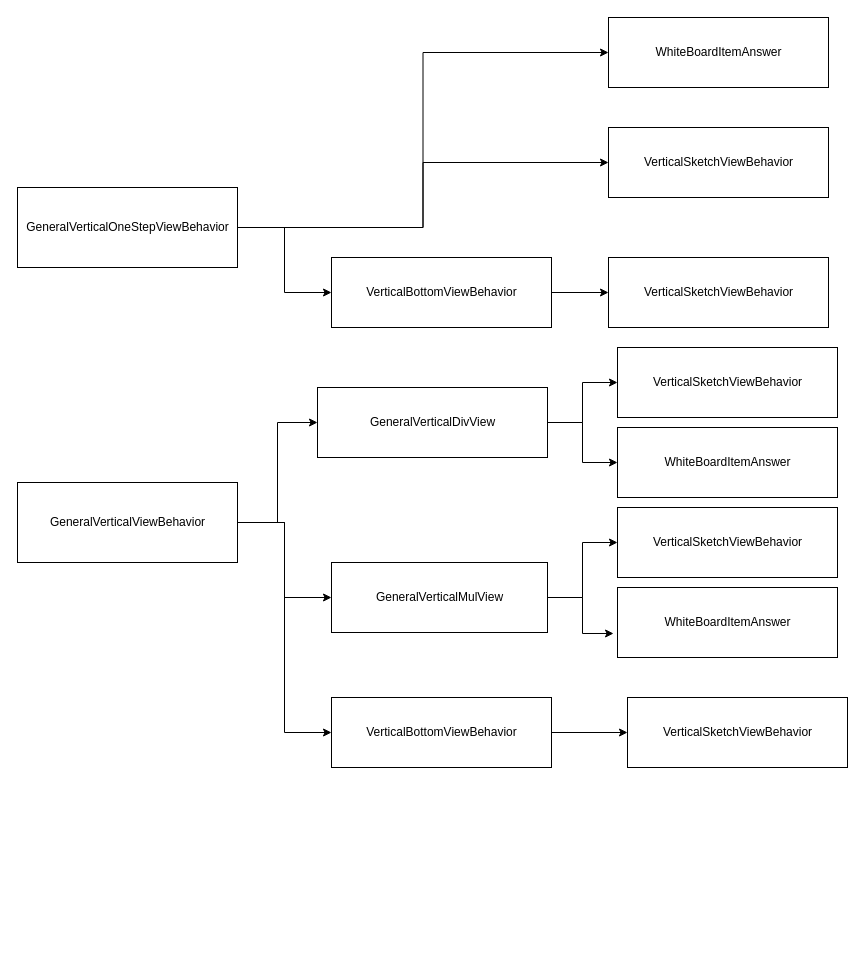
Above: culture_note/未命名绘图.drawio in LukassLi/sealion (draw.io), before the change. Source tidied: cells renumbered, new cells numbered last; positions are measured from the earlier drawing's top-left corner, leaving out a move shared by most shapes. Both pictures are drawn from the tidied source at 100%, with x=0, y=0 at pixel (17, 17).
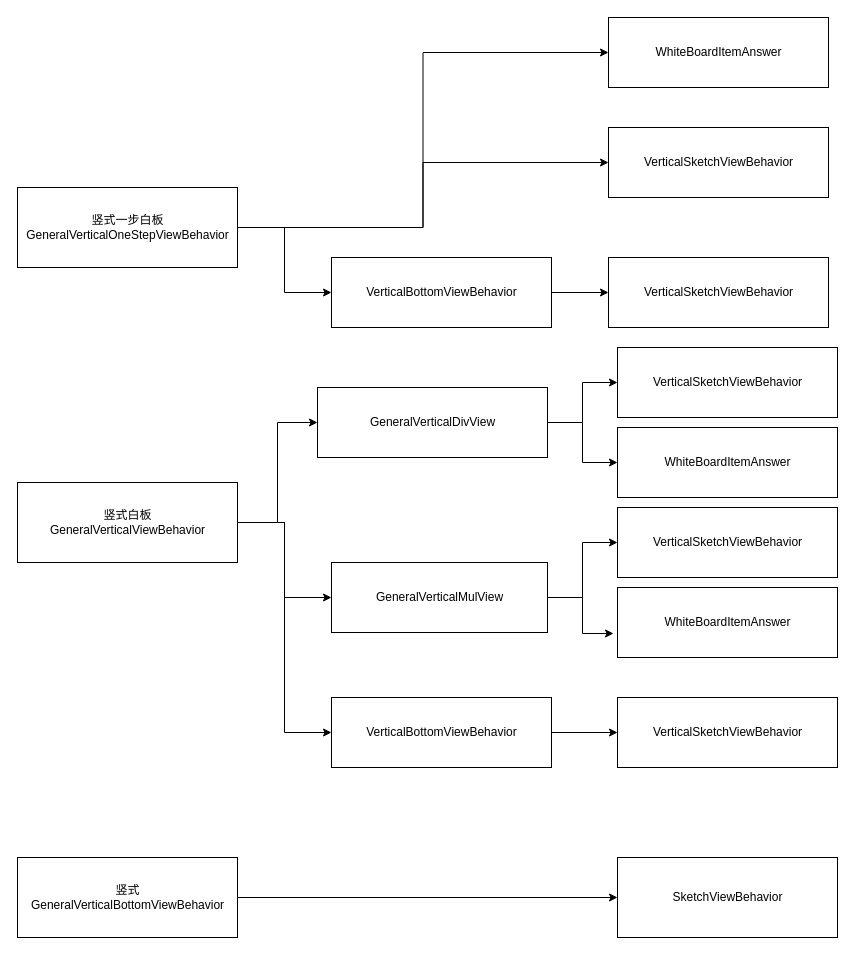
After the change.

What changed in the source:
```diff
@@
-    <mxCell id="5" value="GeneralVerticalOneStepViewBehavior" style="html=1;" parent="1" vertex="1">
+    <mxCell id="5" value="竖式一步白板&lt;br&gt;GeneralVerticalOneStepViewBehavior" style="html=1;" parent="1" vertex="1">
       <mxGeometry y="170" width="220" height="80" as="geometry" />
     </mxCell>
@@
-    <mxCell id="13" value="GeneralVerticalViewBehavior" style="html=1;" parent="1" vertex="1">
+    <mxCell id="13" value="竖式白板&lt;br&gt;GeneralVerticalViewBehavior" style="html=1;" parent="1" vertex="1">
       <mxGeometry y="465" width="220" height="80" as="geometry" />
     </mxCell>
@@
     <mxCell id="19" value="VerticalSketchViewBehavior" style="html=1;" parent="1" vertex="1">
-      <mxGeometry x="610" y="680" width="220" height="70" as="geometry" />
+      <mxGeometry x="600" y="680" width="220" height="70" as="geometry" />
     </mxCell>
@@
+    <mxCell id="28" style="edgeStyle=orthogonalEdgeStyle;rounded=0;jettySize=auto;html=1;entryX=0;entryY=0.5;entryDx=0;entryDy=0;" parent="1" edge="1" source="29" target="30">
+      <mxGeometry relative="1" as="geometry" />
+    </mxCell>
+    <mxCell id="29" value="竖式&lt;br&gt;GeneralVerticalBottomViewBehavior" style="html=1;" parent="1" vertex="1">
+      <mxGeometry y="840" width="220" height="80" as="geometry" />
+    </mxCell>
+    <mxCell id="30" value="SketchViewBehavior" style="html=1;" parent="1" vertex="1">
+      <mxGeometry x="600" y="840" width="220" height="80" as="geometry" />
+    </mxCell>
```
